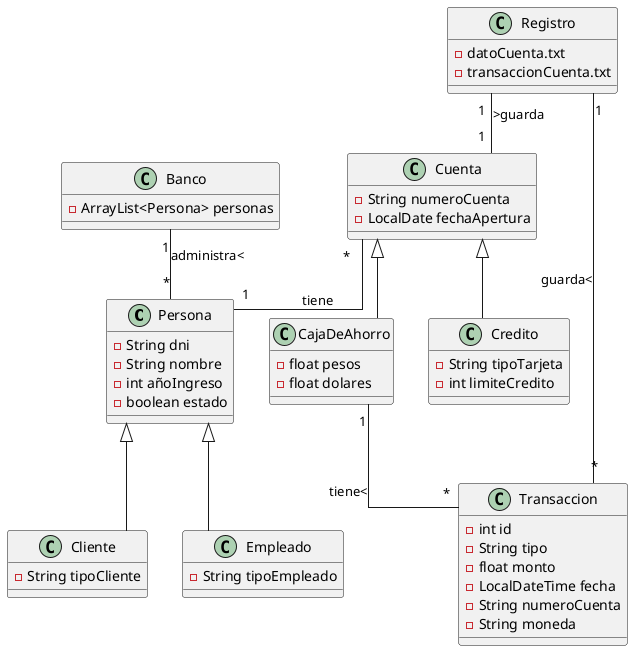
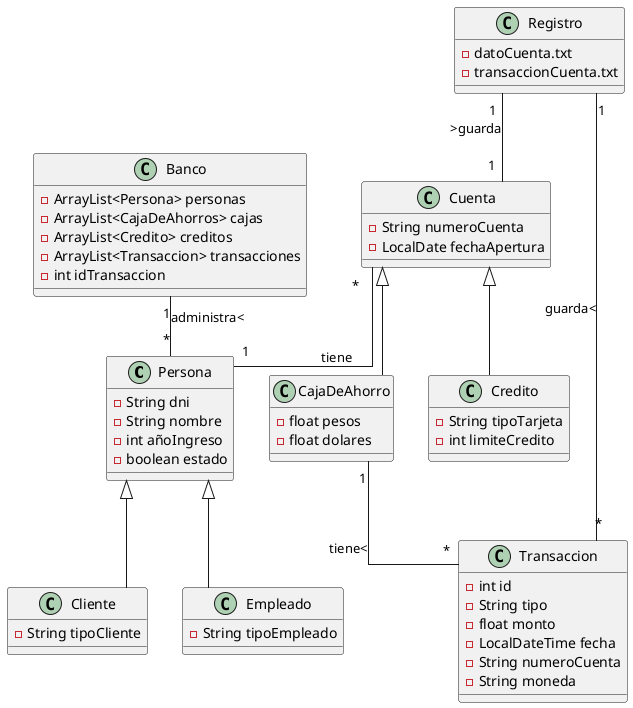
@startuml banco
skinparam linetype ortho

class Persona {
    -String dni
    -String nombre
    -int añoIngreso
    -boolean estado
}

class Cliente {
    -String tipoCliente

}

class Empleado {
    -String tipoEmpleado
}

class Cuenta {
    -String numeroCuenta
    -LocalDate fechaApertura
}

class CajaDeAhorro {
    -float pesos
    -float dolares
}

class Credito {
    -String tipoTarjeta
    -int limiteCredito
}

class Transaccion {
    -int id
    -String tipo
    -float monto
    -LocalDateTime fecha
    -String numeroCuenta
    -String moneda
}

class Registro {
    -datoCuenta.txt
    -transaccionCuenta.txt
}

class Banco {
    -ArrayList<Persona> personas
+     -ArrayList<CajaDeAhorros> cajas
+     -ArrayList<Credito> creditos
+     -ArrayList<Transaccion> transacciones
+     -int idTransaccion
+ 
+ 
}

' Relaciones de herencia
Persona <|-- Cliente
Persona <|-- Empleado
Cuenta <|-- CajaDeAhorro
Cuenta <|-- Credito

' Relaciones de asociación
Cuenta "*" -- "1" Persona : tiene
CajaDeAhorro "1  " -- "*" Transaccion : tiene<
Registro "1" -- "*" Transaccion : guarda<
Banco "1" -- "*" Persona : administra<
Registro "1" -- "1    " Cuenta : >guarda

@enduml